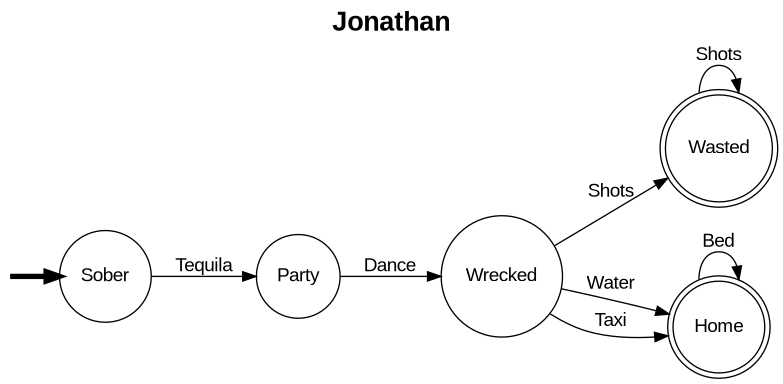
Earlier version of the Graphviz export bin/graph.png (P4-Group2-Compiler/P4-State-Lang). Its source is kept beside it as bin/graph.gv.
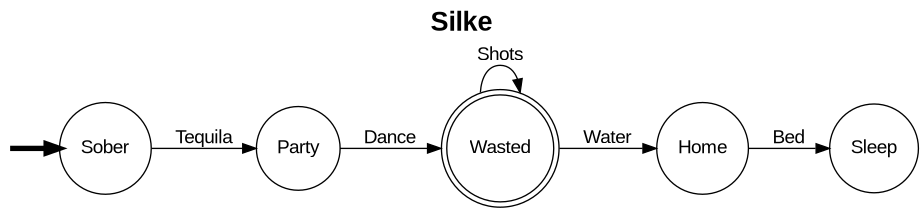
After the change.

Change to the diagram source:
```diff
@@ -1,8 +1,8 @@
-digraph Jonathan { labelloc= t;
-   label=<<B>Jonathan</B>>;
+digraph Silke { labelloc= t;
+   label=<<B>Silke</B>>;
    rankdir = LR;
    fontname="Arial";
    fontsize=20;
    node [shape = circle; fontname="Arial"];
    edge [fontname="Arial";];
-   null [shape = point; style=invis;];Sober -> Party [label="Tequila"];Party -> Wrecked [label="Dance"];Wrecked -> Wasted [label="Shots"];Wrecked -> Home [label="Water"];Wrecked -> Home [label="Taxi"];Home -> Home [label="Bed"];Wasted -> Wasted [label="Shots"];null -> Sober [penwidth=4.0; lhead= Sober;];Wasted [shape = doublecircle;];Home [shape = doublecircle;];}
+   null [shape = point; style=invis;];Sober -> Party [label="Tequila"];Party -> Wasted [label="Dance"];Home -> Sleep [label="Bed"];Wasted -> Wasted [label="Shots"];Wasted -> Home [label="Water"];null -> Sober [penwidth=4.0; lhead= Sober;];Wasted [shape = doublecircle;];}
```
